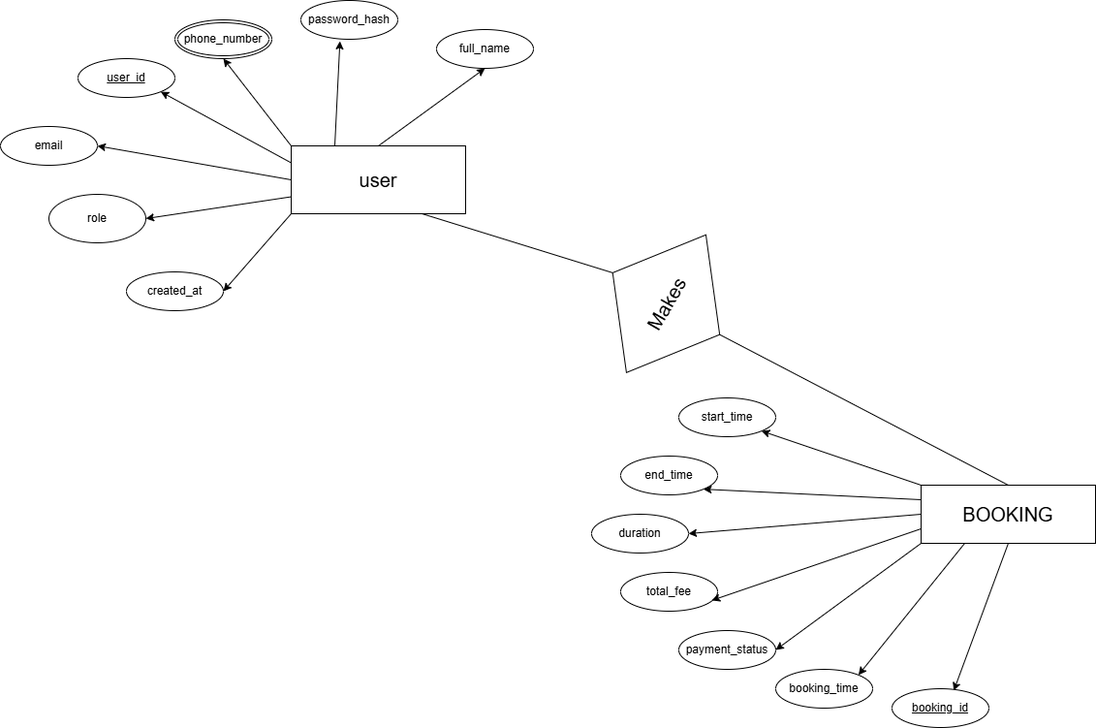
This is diagrams/erd.png from A-proG-spec/AASTU-DB-Project-Group-2, a draw.io export, as it was before one commit. Source tidied: cells renumbered, new cells last; positions are measured from the earlier drawing's top-left corner, leaving out a move shared by most shapes.
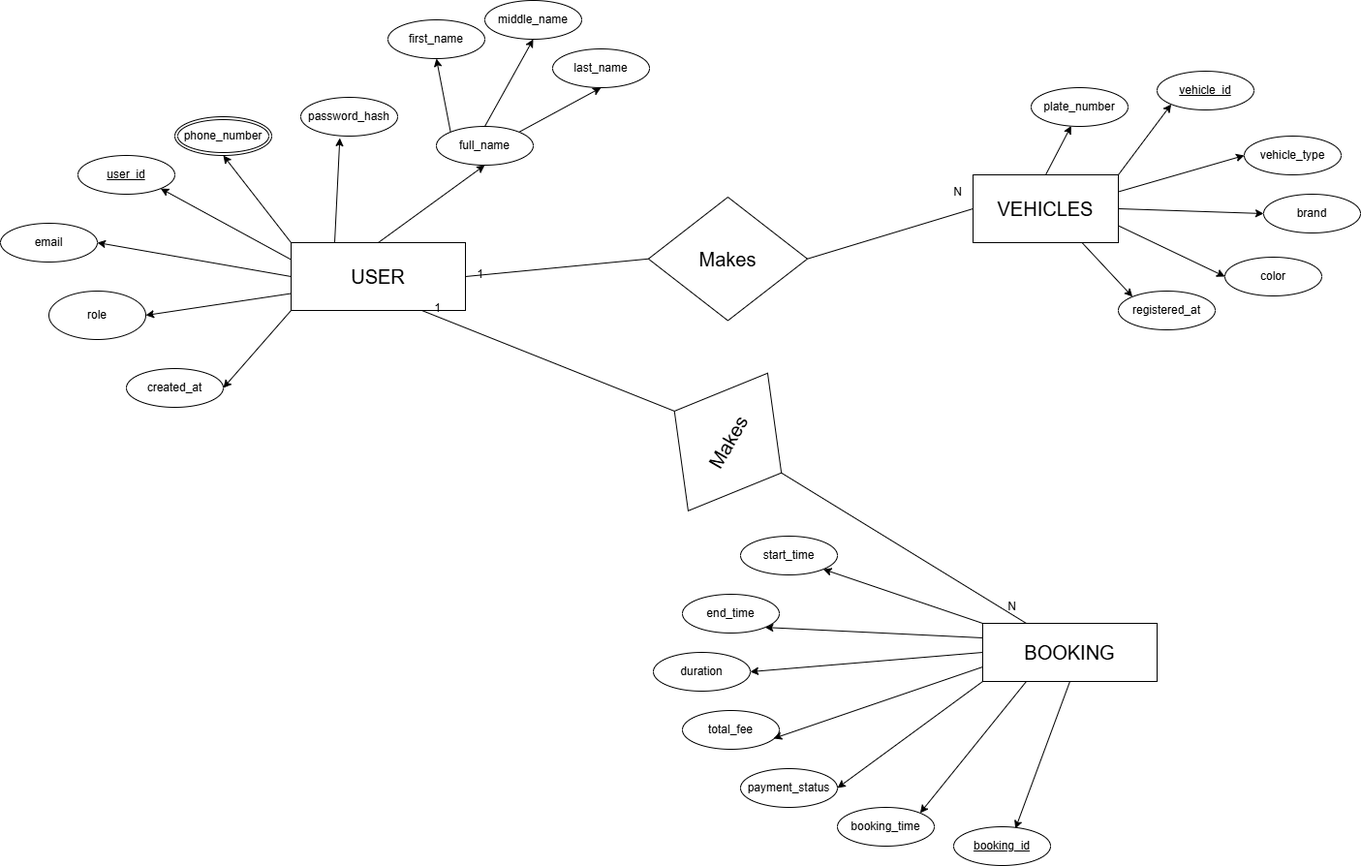
After the change.

Commit message:
added an entity vehicle with attribute and relation

What changed in the source:
```diff
@@ -20,9 +20,6 @@
     <mxCell id="7" style="rounded=0;jettySize=auto;html=1;exitX=0.25;exitY=1;exitDx=0;exitDy=0;entryX=1;entryY=0;entryDx=0;entryDy=0;" parent="1" edge="1" source="9" target="13">
       <mxGeometry relative="1" as="geometry" />
     </mxCell>
-    <mxCell id="8" style="rounded=0;jettySize=auto;html=1;exitX=0.5;exitY=0;exitDx=0;exitDy=0;entryX=0.75;entryY=1;entryDx=0;entryDy=0;endArrow=none;endFill=0;" parent="1" edge="1" source="33" target="24">
-      <mxGeometry relative="1" as="geometry" />
-    </mxCell>
     <mxCell id="9" value="&lt;font style=&quot;font-size: 20px;&quot;&gt;BOOKING&lt;/font&gt;" style="whiteSpace=wrap;html=1;align=center;" parent="1" vertex="1">
       <mxGeometry x="950" y="500" width="180" height="60" as="geometry" />
     </mxCell>
@@ -68,38 +65,127 @@
     <mxCell id="23" style="rounded=0;jettySize=auto;html=1;exitX=0;exitY=0;exitDx=0;exitDy=0;entryX=0.5;entryY=1;entryDx=0;entryDy=0;" parent="1" edge="1" source="24" target="34">
       <mxGeometry relative="1" as="geometry" />
     </mxCell>
-    <mxCell id="24" value="&lt;font style=&quot;font-size: 20px;&quot;&gt;user&lt;/font&gt;" style="whiteSpace=wrap;html=1;align=center;" parent="1" vertex="1">
-      <mxGeometry x="300" y="150" width="180" height="70" as="geometry" />
+    <mxCell id="24" value="&lt;font style=&quot;font-size: 20px;&quot;&gt;USER&lt;/font&gt;" style="whiteSpace=wrap;html=1;align=center;" parent="1" vertex="1">
+      <mxGeometry x="236" y="107" width="180" height="70" as="geometry" />
     </mxCell>
     <mxCell id="25" value="user_id" style="ellipse;whiteSpace=wrap;html=1;align=center;fontStyle=4;" parent="1" vertex="1">
-      <mxGeometry x="80" y="60" width="100" height="40" as="geometry" />
+      <mxGeometry x="16" y="17" width="100" height="40" as="geometry" />
     </mxCell>
     <mxCell id="26" value="created_at" style="ellipse;whiteSpace=wrap;html=1;align=center;" parent="1" vertex="1">
-      <mxGeometry x="130" y="280" width="100" height="40" as="geometry" />
+      <mxGeometry x="66" y="237" width="100" height="40" as="geometry" />
     </mxCell>
     <mxCell id="27" value="role" style="ellipse;whiteSpace=wrap;html=1;align=center;" parent="1" vertex="1">
-      <mxGeometry x="50" y="200" width="100" height="50" as="geometry" />
+      <mxGeometry x="-14" y="157" width="100" height="50" as="geometry" />
     </mxCell>
     <mxCell id="28" value="password_hash" style="ellipse;whiteSpace=wrap;html=1;align=center;" parent="1" vertex="1">
-      <mxGeometry x="310" width="100" height="40" as="geometry" />
+      <mxGeometry x="246" y="-43" width="100" height="40" as="geometry" />
     </mxCell>
+    <mxCell id="35" style="rounded=0;jettySize=auto;html=1;exitX=0;exitY=0;exitDx=0;exitDy=0;entryX=0.5;entryY=1;entryDx=0;entryDy=0;" parent="1" edge="1" source="29" target="40">
+      <mxGeometry relative="1" as="geometry" />
+    </mxCell>
+    <mxCell id="36" style="rounded=0;jettySize=auto;html=1;exitX=0.5;exitY=0;exitDx=0;exitDy=0;entryX=0.5;entryY=1;entryDx=0;entryDy=0;" parent="1" edge="1" source="29" target="39">
+      <mxGeometry relative="1" as="geometry" />
+    </mxCell>
+    <mxCell id="37" style="rounded=0;jettySize=auto;html=1;exitX=1;exitY=0;exitDx=0;exitDy=0;entryX=0.5;entryY=1;entryDx=0;entryDy=0;" parent="1" edge="1" source="29" target="38">
+      <mxGeometry relative="1" as="geometry" />
+    </mxCell>
     <mxCell id="29" value="full_name" style="ellipse;whiteSpace=wrap;html=1;align=center;" parent="1" vertex="1">
-      <mxGeometry x="450" y="30" width="100" height="40" as="geometry" />
+      <mxGeometry x="386" y="-13" width="100" height="40" as="geometry" />
     </mxCell>
     <mxCell id="30" value="email" style="ellipse;whiteSpace=wrap;html=1;align=center;" parent="1" vertex="1">
-      <mxGeometry y="130" width="100" height="40" as="geometry" />
+      <mxGeometry x="-64" y="87" width="100" height="40" as="geometry" />
     </mxCell>
     <mxCell id="31" style="rounded=0;jettySize=auto;html=1;exitX=0.25;exitY=0;exitDx=0;exitDy=0;entryX=0.403;entryY=1.05;entryDx=0;entryDy=0;entryPerimeter=0;" parent="1" edge="1" source="24" target="28">
       <mxGeometry relative="1" as="geometry" />
     </mxCell>
-    <mxCell id="32" style="rounded=0;jettySize=auto;html=1;exitX=0.5;exitY=0;exitDx=0;exitDy=0;entryX=0.5;entryY=1;entryDx=0;entryDy=0;endArrow=none;endFill=0;" parent="1" edge="1" source="9" target="33">
-      <mxGeometry relative="1" as="geometry" />
-    </mxCell>
     <mxCell id="33" value="&lt;font style=&quot;font-size: 20px;&quot;&gt;Makes&lt;/font&gt;" style="shape=rhombus;perimeter=rhombusPerimeter;whiteSpace=wrap;html=1;align=center;rotation=-60;" parent="1" vertex="1">
       <mxGeometry x="604.9" y="249.1" width="164.1" height="127.5" as="geometry" />
     </mxCell>
     <mxCell id="34" value="phone_number" style="ellipse;shape=doubleEllipse;margin=3;whiteSpace=wrap;html=1;align=center;" parent="1" vertex="1">
-      <mxGeometry x="180" y="20" width="100" height="40" as="geometry" />
+      <mxGeometry x="116" y="-23" width="100" height="40" as="geometry" />
     </mxCell>
+    <mxCell id="38" value="last_name" style="ellipse;whiteSpace=wrap;html=1;align=center;" parent="1" vertex="1">
+      <mxGeometry x="506" y="-93" width="100" height="40" as="geometry" />
+    </mxCell>
+    <mxCell id="39" value="middle_name" style="ellipse;whiteSpace=wrap;html=1;align=center;" parent="1" vertex="1">
+      <mxGeometry x="436" y="-143" width="100" height="40" as="geometry" />
+    </mxCell>
+    <mxCell id="40" value="first_name" style="ellipse;whiteSpace=wrap;html=1;align=center;" parent="1" vertex="1">
+      <mxGeometry x="336" y="-123" width="100" height="40" as="geometry" />
+    </mxCell>
+    <mxCell id="41" style="rounded=0;jettySize=auto;html=1;exitX=1;exitY=0;exitDx=0;exitDy=0;entryX=0;entryY=1;entryDx=0;entryDy=0;" parent="1" edge="1" source="46" target="47">
+      <mxGeometry relative="1" as="geometry" />
+    </mxCell>
+    <mxCell id="42" style="rounded=0;jettySize=auto;html=1;exitX=1;exitY=0.25;exitDx=0;exitDy=0;entryX=0;entryY=0.5;entryDx=0;entryDy=0;" parent="1" edge="1" source="46" target="48">
+      <mxGeometry relative="1" as="geometry" />
+    </mxCell>
+    <mxCell id="43" style="rounded=0;jettySize=auto;html=1;exitX=1;exitY=0.5;exitDx=0;exitDy=0;entryX=0;entryY=0.5;entryDx=0;entryDy=0;" parent="1" edge="1" source="46" target="52">
+      <mxGeometry relative="1" as="geometry" />
+    </mxCell>
+    <mxCell id="44" style="rounded=0;jettySize=auto;html=1;exitX=1;exitY=0.75;exitDx=0;exitDy=0;entryX=0;entryY=0.5;entryDx=0;entryDy=0;" parent="1" edge="1" source="46" target="49">
+      <mxGeometry relative="1" as="geometry" />
+    </mxCell>
+    <mxCell id="45" style="rounded=0;jettySize=auto;html=1;exitX=0.75;exitY=1;exitDx=0;exitDy=0;entryX=0;entryY=0;entryDx=0;entryDy=0;" parent="1" edge="1" source="46" target="50">
+      <mxGeometry relative="1" as="geometry" />
+    </mxCell>
+    <mxCell id="46" value="&lt;font style=&quot;font-size: 20px;&quot;&gt;VEHICLES&lt;/font&gt;" style="whiteSpace=wrap;html=1;align=center;" parent="1" vertex="1">
+      <mxGeometry x="940" y="37" width="150" height="70" as="geometry" />
+    </mxCell>
+    <mxCell id="47" value="vehicle_id" style="ellipse;whiteSpace=wrap;html=1;align=center;fontStyle=4;" parent="1" vertex="1">
+      <mxGeometry x="1130" y="-70" width="100" height="40" as="geometry" />
+    </mxCell>
+    <mxCell id="48" value="vehicle_type" style="ellipse;whiteSpace=wrap;html=1;align=center;" parent="1" vertex="1">
+      <mxGeometry x="1220" y="-3" width="100" height="40" as="geometry" />
+    </mxCell>
+    <mxCell id="49" value="color" style="ellipse;whiteSpace=wrap;html=1;align=center;" parent="1" vertex="1">
+      <mxGeometry x="1200" y="122" width="100" height="40" as="geometry" />
+    </mxCell>
+    <mxCell id="50" value="registered_at" style="ellipse;whiteSpace=wrap;html=1;align=center;" parent="1" vertex="1">
+      <mxGeometry x="1090" y="157" width="100" height="40" as="geometry" />
+    </mxCell>
+    <mxCell id="51" value="plate_number" style="ellipse;whiteSpace=wrap;html=1;align=center;" parent="1" vertex="1">
+      <mxGeometry x="1000" y="-53" width="100" height="40" as="geometry" />
+    </mxCell>
+    <mxCell id="52" value="brand" style="ellipse;whiteSpace=wrap;html=1;align=center;" parent="1" vertex="1">
+      <mxGeometry x="1240" y="57" width="100" height="40" as="geometry" />
+    </mxCell>
+    <mxCell id="53" style="rounded=0;jettySize=auto;html=1;exitX=0.5;exitY=0;exitDx=0;exitDy=0;entryX=0.413;entryY=0.987;entryDx=0;entryDy=0;entryPerimeter=0;" parent="1" edge="1" source="46" target="51">
+      <mxGeometry relative="1" as="geometry" />
+    </mxCell>
+    <mxCell id="8" style="endArrow=none;html=1;rounded=0;entryX=0.75;entryY=1;entryDx=0;entryDy=0;exitX=0.5;exitY=0;exitDx=0;exitDy=0;" parent="1" edge="1" source="33" target="24">
+      <mxGeometry relative="1" as="geometry" />
+    </mxCell>
+    <mxCell id="54" value="1" style="html=1;whiteSpace=wrap;align=right;verticalAlign=bottom;" parent="8" vertex="1">
+      <mxGeometry x="1" relative="1" as="geometry">
+        <mxPoint x="20" y="5" as="offset" />
+      </mxGeometry>
+    </mxCell>
+    <mxCell id="55" style="endArrow=none;html=1;rounded=0;entryX=0.25;entryY=0;entryDx=0;entryDy=0;exitX=0.5;exitY=1;exitDx=0;exitDy=0;" parent="1" edge="1" source="33" target="9">
+      <mxGeometry relative="1" as="geometry" />
+    </mxCell>
+    <mxCell id="56" value="N" style="html=1;whiteSpace=wrap;align=right;verticalAlign=bottom;" parent="55" vertex="1">
+      <mxGeometry x="1" relative="1" as="geometry">
+        <mxPoint x="-10" y="-10" as="offset" />
+      </mxGeometry>
+    </mxCell>
+    <mxCell id="57" style="endArrow=none;html=1;rounded=0;entryX=1;entryY=0.5;entryDx=0;entryDy=0;exitX=0;exitY=0.5;exitDx=0;exitDy=0;" parent="1" edge="1" source="59" target="24">
+      <mxGeometry relative="1" as="geometry" />
+    </mxCell>
+    <mxCell id="58" value="1" style="html=1;whiteSpace=wrap;align=right;verticalAlign=bottom;" parent="57" vertex="1">
+      <mxGeometry x="1" relative="1" as="geometry">
+        <mxPoint x="20" y="5" as="offset" />
+      </mxGeometry>
+    </mxCell>
+    <mxCell id="59" value="&lt;font style=&quot;font-size: 20px;&quot;&gt;Makes&lt;/font&gt;" style="shape=rhombus;perimeter=rhombusPerimeter;whiteSpace=wrap;html=1;align=center;rotation=0;" parent="1" vertex="1">
+      <mxGeometry x="604.9" y="60" width="164.1" height="127.5" as="geometry" />
+    </mxCell>
+    <mxCell id="60" style="endArrow=none;html=1;rounded=0;entryX=0;entryY=0.5;entryDx=0;entryDy=0;exitX=1;exitY=0.5;exitDx=0;exitDy=0;" parent="1" edge="1" source="59" target="46">
+      <mxGeometry relative="1" as="geometry" />
+    </mxCell>
+    <mxCell id="61" value="N" style="html=1;whiteSpace=wrap;align=right;verticalAlign=bottom;" parent="60" vertex="1">
+      <mxGeometry x="1" relative="1" as="geometry">
+        <mxPoint x="-10" y="-10" as="offset" />
+      </mxGeometry>
+    </mxCell>
   </root>
 </mxGraphModel>
```
